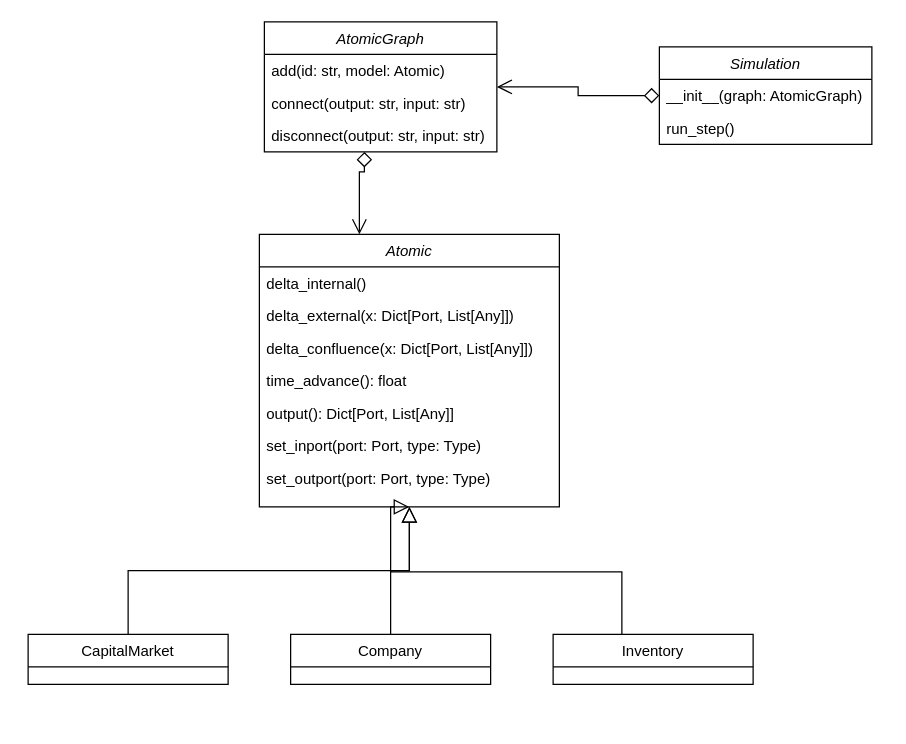
Earlier version of the draw.io diagram design/class diagrams/class diagram.drawio (EmmanuelMess/Multistep-DEVS-Simulator). Source tidied: cells renumbered, new cells numbered last; positions are measured from the earlier drawing's top-left corner, leaving out a move shared by most shapes. Both pictures are drawn from the tidied source at 125%, with x=0, y=0 at pixel (28, 21).
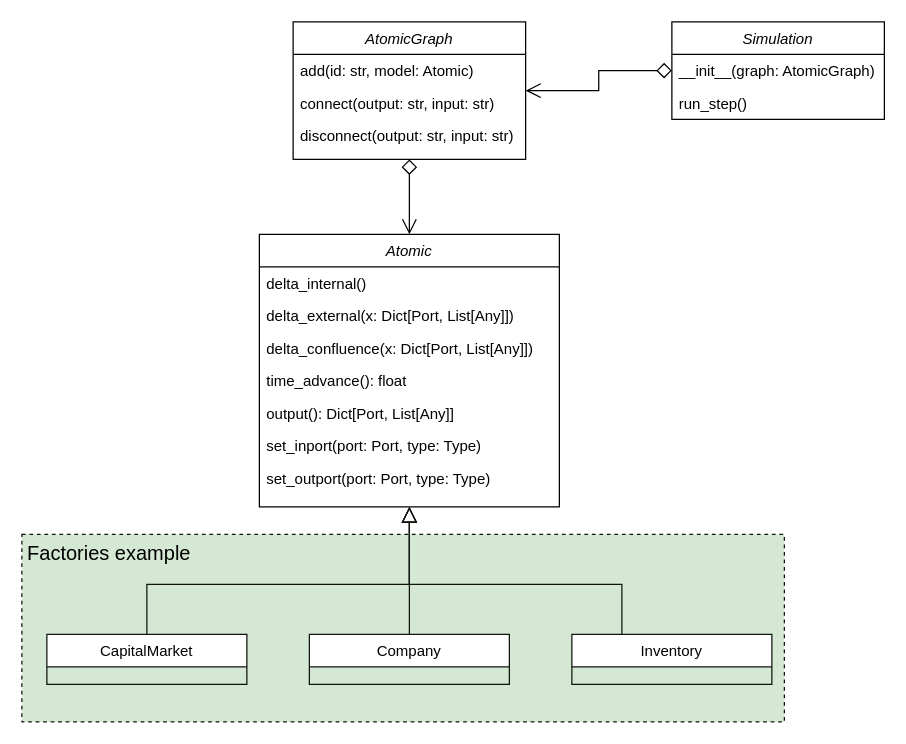
The same page after the edit.

Commit message (it also covers changes not shown here):
Update class diagram

Unchanged cells that the change refers to:
```xml
<mxCell id="2" value="Atomic" style="swimlane;fontStyle=2;align=center;verticalAlign=top;horizontal=1;startSize=26;rounded=0;shadow=0;strokeWidth=1;" parent="1" vertex="1">
  <mxGeometry x="185" y="170" width="240" height="218" as="geometry" />
</mxCell>
```

Diff of the diagram source:
```diff
@@
+    <mxCell id="25" style="rounded=0;whiteSpace=wrap;html=1;fillColor=#d5e8d4;dashed=1;strokeColor=#0F140C;" parent="1" vertex="1">
+      <mxGeometry x="-5" y="410" width="610" height="150" as="geometry" />
+    </mxCell>
@@
-    <mxCell id="10" value="CapitalMarket" style="swimlane;fontStyle=0;align=center;verticalAlign=top;horizontal=1;startSize=26;rounded=0;shadow=0;strokeWidth=1;" parent="1" vertex="1">
-      <mxGeometry y="490" width="160" height="40" as="geometry" />
+    <mxCell id="10" value="CapitalMarket" style="swimlane;fontStyle=0;align=center;verticalAlign=top;horizontal=1;startSize=26;rounded=0;shadow=0;strokeWidth=1;strokeColor=#0F140C;" parent="1" vertex="1">
+      <mxGeometry x="15" y="490" width="160" height="40" as="geometry" />
     </mxCell>
-    <mxCell id="11" style="endArrow=block;endSize=10;endFill=0;shadow=0;strokeWidth=1;rounded=0;curved=0;edgeStyle=elbowEdgeStyle;elbow=vertical;" parent="1" edge="1" source="10" target="2">
-      <mxGeometry relative="1" as="geometry" />
+    <mxCell id="11" style="endArrow=block;endSize=10;endFill=0;shadow=0;strokeWidth=1;rounded=0;curved=0;edgeStyle=elbowEdgeStyle;elbow=vertical;strokeColor=#0F140C;" parent="1" edge="1" source="10" target="2">
+      <mxGeometry relative="1" as="geometry">
+        <Array as="points">
+          <mxPoint x="305" y="450" />
+        </Array>
+      </mxGeometry>
     </mxCell>
-    <mxCell id="12" value="Company" style="swimlane;fontStyle=0;align=center;verticalAlign=top;horizontal=1;startSize=26;rounded=0;shadow=0;strokeWidth=1;" parent="1" vertex="1">
-      <mxGeometry x="210" y="490" width="160" height="40" as="geometry" />
+    <mxCell id="12" value="Company" style="swimlane;fontStyle=0;align=center;verticalAlign=top;horizontal=1;startSize=26;rounded=0;shadow=0;strokeWidth=1;strokeColor=#0F140C;" parent="1" vertex="1">
+      <mxGeometry x="225" y="490" width="160" height="40" as="geometry" />
     </mxCell>
-    <mxCell id="13" style="endArrow=block;endSize=10;endFill=0;shadow=0;strokeWidth=1;rounded=0;curved=0;edgeStyle=elbowEdgeStyle;elbow=vertical;" parent="1" edge="1" source="12" target="2">
+    <mxCell id="13" style="endArrow=block;endSize=10;endFill=0;shadow=0;strokeWidth=1;rounded=0;curved=0;edgeStyle=elbowEdgeStyle;elbow=vertical;strokeColor=#0F140C;" parent="1" edge="1" source="12" target="2">
       <mxGeometry relative="1" as="geometry" />
     </mxCell>
-    <mxCell id="14" style="edgeStyle=orthogonalEdgeStyle;rounded=0;jettySize=auto;html=1;entryX=0.5;entryY=1;entryDx=0;entryDy=0;endArrow=block;endFill=0;endSize=10;" parent="1" edge="1" source="15" target="2">
+    <mxCell id="14" style="edgeStyle=orthogonalEdgeStyle;rounded=0;jettySize=auto;html=1;entryX=0.5;entryY=1;entryDx=0;entryDy=0;endArrow=block;endFill=0;endSize=10;strokeColor=#0F140C;" parent="1" edge="1" source="15" target="2">
       <mxGeometry relative="1" as="geometry">
         <Array as="points">
-          <mxPoint x="475" y="440" />
-          <mxPoint x="290" y="440" />
+          <mxPoint x="475" y="450" />
+          <mxPoint x="305" y="450" />
         </Array>
       </mxGeometry>
     </mxCell>
-    <mxCell id="15" value="Inventory" style="swimlane;fontStyle=0;align=center;verticalAlign=top;horizontal=1;startSize=26;rounded=0;shadow=0;strokeWidth=1;" parent="1" vertex="1">
-      <mxGeometry x="420" y="490" width="160" height="40" as="geometry" />
+    <mxCell id="15" value="Inventory" style="swimlane;fontStyle=0;align=center;verticalAlign=top;horizontal=1;startSize=26;rounded=0;shadow=0;strokeWidth=1;strokeColor=#0F140C;" parent="1" vertex="1">
+      <mxGeometry x="435" y="490" width="160" height="40" as="geometry" />
     </mxCell>
@@
     <mxCell id="17" value="Simulation" style="swimlane;fontStyle=2;align=center;verticalAlign=top;horizontal=1;startSize=26;rounded=0;shadow=0;strokeWidth=1;" parent="1" vertex="1">
-      <mxGeometry x="505" y="20" width="170" height="78" as="geometry" />
+      <mxGeometry x="515" width="170" height="78" as="geometry" />
     </mxCell>
@@
-    <mxCell id="20" style="edgeStyle=orthogonalEdgeStyle;rounded=0;jettySize=auto;html=1;startArrow=diamond;startFill=0;endSize=10;startSize=10;endArrow=open;endFill=0;" parent="1" edge="1" source="21" target="2">
+    <mxCell id="20" style="edgeStyle=orthogonalEdgeStyle;rounded=0;jettySize=auto;html=1;startArrow=diamond;startFill=0;endSize=10;startSize=10;endArrow=open;endFill=0;entryX=0.5;entryY=0;entryDx=0;entryDy=0;exitX=0.5;exitY=1;exitDx=0;exitDy=0;" parent="1" edge="1" source="21" target="2">
       <mxGeometry relative="1" as="geometry">
         <Array as="points">
-          <mxPoint x="269" y="120" />
-          <mxPoint x="265" y="120" />
+          <mxPoint x="305" y="110" />
         </Array>
       </mxGeometry>
     </mxCell>
     <mxCell id="21" value="AtomicGraph" style="swimlane;fontStyle=2;align=center;verticalAlign=top;horizontal=1;startSize=26;rounded=0;shadow=0;strokeWidth=1;" parent="1" vertex="1">
-      <mxGeometry x="189" width="186" height="104" as="geometry" />
+      <mxGeometry x="212" width="186" height="110" as="geometry" />
     </mxCell>
@@
+    <mxCell id="26" value="&lt;font style=&quot;font-size: 16px;&quot;&gt;Factories example&lt;/font&gt;" style="text;html=1;align=center;verticalAlign=middle;whiteSpace=wrap;rounded=0;strokeColor=none;" parent="1" vertex="1">
+      <mxGeometry x="-5" y="410" width="140" height="30" as="geometry" />
+    </mxCell>
```
